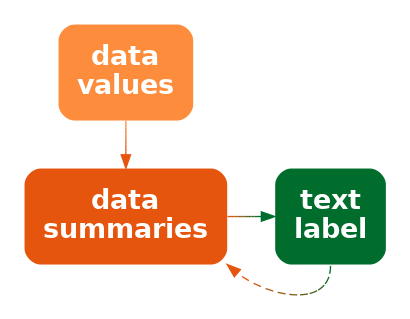
This is Diagrams/data-stat-label.png from pmur002/hdvw, a Graphviz export, as it was before one commit. Its source is kept beside it as Diagrams/data-stat-label.dot.
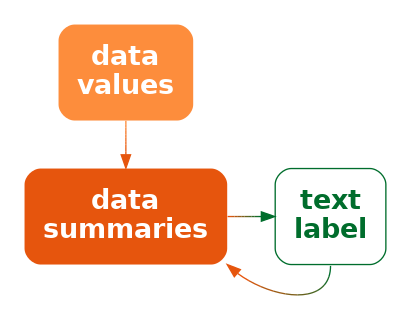
The same file after the commit.

Diff of the diagram source:
```diff
@@ -4,9 +4,9 @@
   data [ label="data\nvalues"; shape=box; style="filled, rounded"; penwidth=0; fontcolor=white; fillcolor="#FD8D3C" ]
   stat [ label="data\nsummaries"; shape=box; style="filled, rounded"; penwidth=0; fontcolor=white; fillcolor="#E6550D" ]
   label [ label="text\nlabel"; shape=box;
-       style="filled, rounded"; penwidth=0; fontcolor=white; fillcolor="#006D2C" ]
-  data -> stat [ color="#FD8D3C;0.1:#FA8737;0.1:#F88132;0.1:#F57A2C;0.1:#F37427;0.1:#F06E22;0.1:#EE681D;0.1:#EB6117;0.1:#E95B12;0.1:#E6550D;0.1" ]
-  stat -> label [ color="#E6550D;0.1:#CC5810;0.1:#B35A14;0.1:#995D17;0.1:#80601B;0.1:#66621E;0.1:#4D6522;0.1:#336825;0.1:#1A6A29;0.1:#006D2C;0.1" ]
-  label:s -> stat:se [ style="dashed", color="#006D2C;0.1:#1A6A29;0.1:#336825;0.1:#4D6522;0.1:#66621E;0.1:#80601B;0.1:#995D17;0.1:#B35A14;0.1:#CC5810;0.1:#E6550D;0.1" ]
+       style="rounded"; color="#006D2C"; fontcolor="#006D2C" ]
+  data -> stat [ style="solid"; penwidth=1; color="#FD8D3C;0.1:#FA8737;0.1:#F88132;0.1:#F57A2C;0.1:#F37427;0.1:#F06E22;0.1:#EE681D;0.1:#EB6117;0.1:#E95B12;0.1:#E6550D;0.1" ]
+  stat -> label [ style="bold"; penwidth=1; color="#E6550D;0.1:#CC5810;0.1:#B35A14;0.1:#995D17;0.1:#80601B;0.1:#66621E;0.1:#4D6522;0.1:#336825;0.1:#1A6A29;0.1:#006D2C;0.1" ]
+  label:s -> stat:se [ style="solid", color="#006D2C;0.1:#1A6A29;0.1:#336825;0.1:#4D6522;0.1:#66621E;0.1:#80601B;0.1:#995D17;0.1:#B35A14;0.1:#CC5810;0.1:#E6550D;0.1" ]
 { rank=same; data, stat }
 }
```
